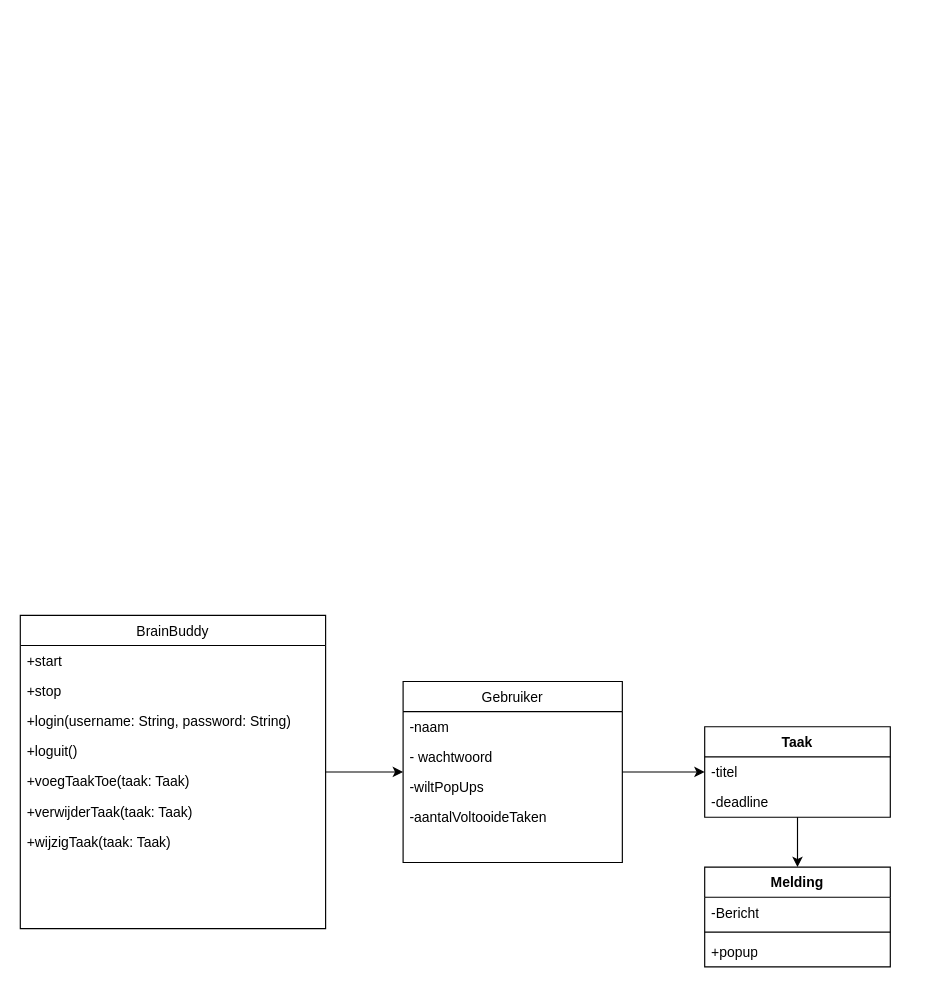
This is OPT3-2023/documentation/Untitled Diagram.drawio from jipiekaye/OPT3-2023, a draw.io file, before an edit. Source tidied: cells renumbered, new cells numbered last; positions are measured from the earlier drawing's top-left corner, leaving out a move shared by most shapes. Both pictures are drawn from the tidied source at 116%, with x=0, y=0 at pixel (20, 615).
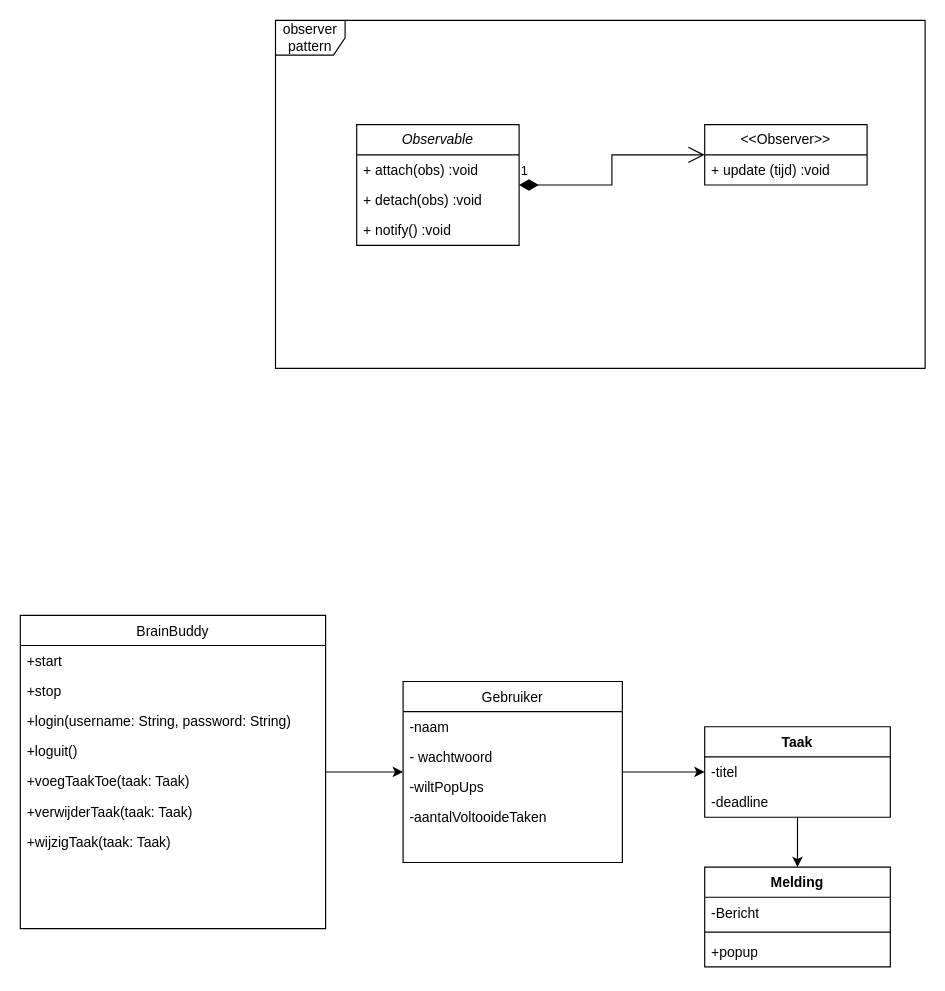
After the change.

Commit message:
patterns uml ontwerp.drawio

What changed in the source:
```diff
@@
+    <mxCell id="28" value="&amp;lt;&amp;lt;Observer&amp;gt;&amp;gt;" style="swimlane;fontStyle=0;horizontal=1;startSize=26;fillColor=none;whiteSpace=wrap;html=1;" parent="1" vertex="1">
+      <mxGeometry x="590" y="-423" width="140" height="52" as="geometry" />
+    </mxCell>
+    <mxCell id="29" value="+ update (tijd) :void" style="text;strokeColor=none;fillColor=none;align=left;verticalAlign=top;spacingLeft=4;spacingRight=4;overflow=hidden;whiteSpace=wrap;html=1;" parent="28" vertex="1">
+      <mxGeometry y="26" width="140" height="26" as="geometry" />
+    </mxCell>
+    <mxCell id="30" value="&lt;i&gt;Observable&lt;/i&gt;" style="swimlane;fontStyle=0;horizontal=1;startSize=26;fillColor=none;whiteSpace=wrap;html=1;" parent="1" vertex="1">
+      <mxGeometry x="290" y="-423" width="140" height="104" as="geometry" />
+    </mxCell>
+    <mxCell id="31" value="+ attach(obs) :void" style="text;strokeColor=none;fillColor=none;align=left;verticalAlign=top;spacingLeft=4;spacingRight=4;overflow=hidden;whiteSpace=wrap;html=1;" parent="30" vertex="1">
+      <mxGeometry y="26" width="140" height="26" as="geometry" />
+    </mxCell>
+    <mxCell id="32" value="+ detach(obs) :void" style="text;strokeColor=none;fillColor=none;align=left;verticalAlign=top;spacingLeft=4;spacingRight=4;overflow=hidden;whiteSpace=wrap;html=1;" parent="30" vertex="1">
+      <mxGeometry y="52" width="140" height="26" as="geometry" />
+    </mxCell>
+    <mxCell id="33" value="+ notify() :void" style="text;strokeColor=none;fillColor=none;align=left;verticalAlign=top;spacingLeft=4;spacingRight=4;overflow=hidden;whiteSpace=wrap;html=1;" parent="30" vertex="1">
+      <mxGeometry y="78" width="140" height="26" as="geometry" />
+    </mxCell>
+    <mxCell id="34" value="1" style="endArrow=open;html=1;endSize=12;startArrow=diamondThin;startSize=14;startFill=1;edgeStyle=orthogonalEdgeStyle;align=left;verticalAlign=bottom;rounded=0;" parent="1" edge="1" source="30" target="28">
+      <mxGeometry x="-1" y="3" relative="1" as="geometry" />
+    </mxCell>
+    <mxCell id="35" value="observer pattern" style="shape=umlFrame;whiteSpace=wrap;html=1;" parent="1" vertex="1">
+      <mxGeometry x="220" y="-513" width="560" height="300" as="geometry" />
+    </mxCell>
```
